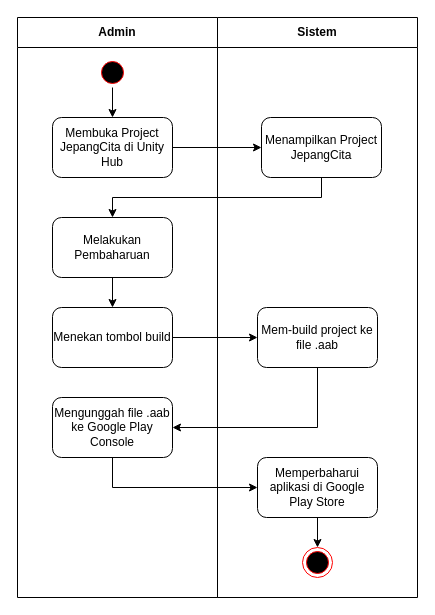
Above: skripsi/skripsi/gambar/BAB III/Activity Diagram/Activity Diagram Update Game.drawio in hako-975/UNPAM-File (draw.io), before the change. Source tidied: cells renumbered, new cells numbered last; positions are measured from the earlier drawing's top-left corner, leaving out a move shared by most shapes. Both pictures are drawn from the tidied source at 100%, with x=0, y=0 at pixel (17, 17).
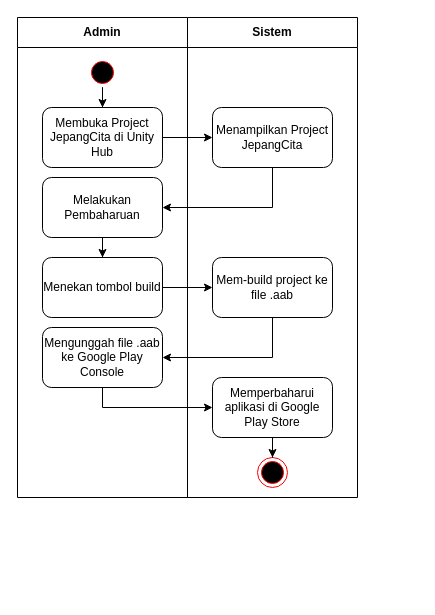
The same page after the edit.

The edit, as a diff of the source:
```diff
@@
     <mxCell id="2" value="Admin" style="swimlane;whiteSpace=wrap;html=1;startSize=30;" parent="1" vertex="1">
-      <mxGeometry width="200" height="580" as="geometry" />
+      <mxGeometry width="170" height="480" as="geometry" />
     </mxCell>
@@
     <mxCell id="4" style="ellipse;html=1;shape=startState;fillColor=#000000;strokeColor=#ff0000;" parent="2" vertex="1">
-      <mxGeometry x="80" y="40" width="30" height="30" as="geometry" />
+      <mxGeometry x="70" y="40" width="30" height="30" as="geometry" />
     </mxCell>
     <mxCell id="5" value="Membuka Project JepangCita di Unity Hub" style="rounded=1;whiteSpace=wrap;html=1;" parent="2" vertex="1">
-      <mxGeometry x="35" y="100" width="120" height="60" as="geometry" />
+      <mxGeometry x="25" y="90" width="120" height="60" as="geometry" />
     </mxCell>
@@
     <mxCell id="7" value="Melakukan Pembaharuan" style="whiteSpace=wrap;html=1;rounded=1;" parent="2" vertex="1">
-      <mxGeometry x="35" y="200" width="120" height="60" as="geometry" />
+      <mxGeometry x="25" y="160" width="120" height="60" as="geometry" />
     </mxCell>
     <mxCell id="8" value="Menekan tombol build" style="whiteSpace=wrap;html=1;rounded=1;" parent="2" vertex="1">
-      <mxGeometry x="35" y="290" width="120" height="60" as="geometry" />
+      <mxGeometry x="25" y="240" width="120" height="60" as="geometry" />
     </mxCell>
     <mxCell id="9" value="Mengunggah file .aab ke Google Play Console" style="whiteSpace=wrap;html=1;rounded=1;" parent="2" vertex="1">
-      <mxGeometry x="35" y="380" width="120" height="60" as="geometry" />
+      <mxGeometry x="25" y="310" width="120" height="60" as="geometry" />
     </mxCell>
     <mxCell id="10" value="Sistem" style="swimlane;whiteSpace=wrap;html=1;startSize=30;" parent="1" vertex="1">
-      <mxGeometry x="200" width="200" height="580" as="geometry" />
+      <mxGeometry x="170" width="170" height="480" as="geometry" />
     </mxCell>
     <mxCell id="11" value="Menampilkan Project JepangCita" style="whiteSpace=wrap;html=1;rounded=1;" parent="10" vertex="1">
-      <mxGeometry x="44" y="100" width="120" height="60" as="geometry" />
+      <mxGeometry x="25" y="90" width="120" height="60" as="geometry" />
     </mxCell>
     <mxCell id="12" style="ellipse;html=1;shape=endState;fillColor=#000000;strokeColor=#ff0000;" parent="10" vertex="1">
-      <mxGeometry x="85" y="530" width="30" height="30" as="geometry" />
+      <mxGeometry x="70" y="440" width="30" height="30" as="geometry" />
     </mxCell>
     <mxCell id="13" value="Mem-build project ke file .aab" style="whiteSpace=wrap;html=1;rounded=1;" parent="10" vertex="1">
-      <mxGeometry x="40" y="290" width="120" height="60" as="geometry" />
+      <mxGeometry x="25" y="240" width="120" height="60" as="geometry" />
     </mxCell>
@@
     <mxCell id="15" value="Memperbaharui aplikasi di Google Play Store" style="whiteSpace=wrap;html=1;rounded=1;" parent="10" vertex="1">
-      <mxGeometry x="40" y="440" width="120" height="60" as="geometry" />
+      <mxGeometry x="25" y="360" width="120" height="60" as="geometry" />
     </mxCell>
@@
-    <mxCell id="17" style="edgeStyle=orthogonalEdgeStyle;rounded=0;jettySize=auto;html=1;exitX=0.5;exitY=1;exitDx=0;exitDy=0;entryX=0.5;entryY=0;entryDx=0;entryDy=0;" parent="1" edge="1" source="11" target="7">
+    <mxCell id="17" style="edgeStyle=orthogonalEdgeStyle;rounded=0;jettySize=auto;html=1;exitX=0.5;exitY=1;exitDx=0;exitDy=0;entryX=1;entryY=0.5;entryDx=0;entryDy=0;" parent="1" edge="1" source="11" target="7">
       <mxGeometry relative="1" as="geometry" />
     </mxCell>
```
